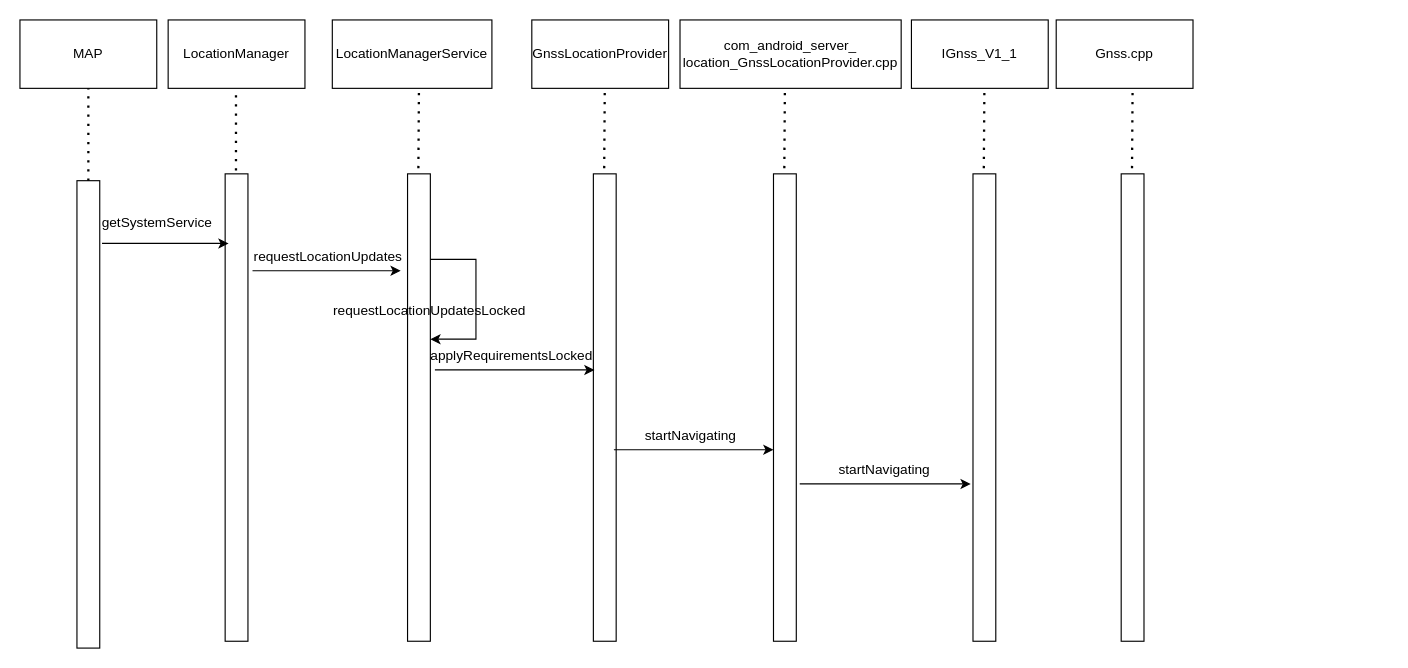
Before: gps启动流程.drawio in helenzhang2010/doc, a draw.io diagram. Source tidied: cells renumbered, new cells numbered last; positions are measured from the earlier drawing's top-left corner, leaving out a move shared by most shapes. Both pictures are drawn from the tidied source at 114%, with x=0, y=0 at pixel (19, 19).
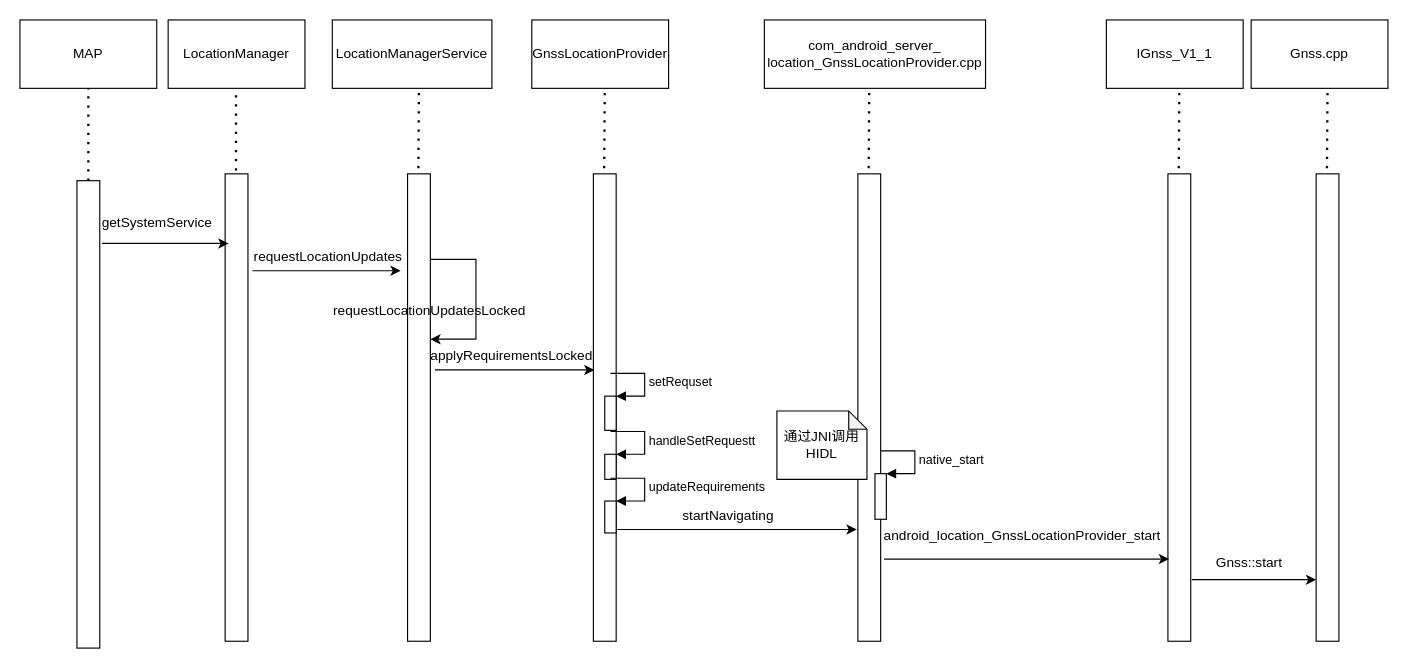
After the change.

Commit message (it also covers changes not shown here):
更新gps启动流程.drawio

Diff of the diagram source:
```diff
@@
     <mxCell id="6" value="&lt;span style=&quot;&quot;&gt;com_android_server_&lt;br&gt;location_GnssLocationProvider.cpp&lt;/span&gt;" style="rounded=0;whiteSpace=wrap;html=1;" parent="1" vertex="1">
-      <mxGeometry x="579" width="194" height="60" as="geometry" />
+      <mxGeometry x="653" width="194" height="60" as="geometry" />
     </mxCell>
     <mxCell id="7" value="IGnss_V1_1" style="rounded=0;whiteSpace=wrap;html=1;" parent="1" vertex="1">
-      <mxGeometry x="782" width="120" height="60" as="geometry" />
+      <mxGeometry x="953" width="120" height="60" as="geometry" />
     </mxCell>
     <mxCell id="8" value="Gnss.cpp" style="rounded=0;whiteSpace=wrap;html=1;" parent="1" vertex="1">
-      <mxGeometry x="909" width="120" height="60" as="geometry" />
+      <mxGeometry x="1080" width="120" height="60" as="geometry" />
     </mxCell>
@@
     <mxCell id="17" style="rounded=0;whiteSpace=wrap;html=1;horizontal=0;" parent="1" vertex="1">
-      <mxGeometry x="661" y="135" width="20" height="410" as="geometry" />
+      <mxGeometry x="735" y="135" width="20" height="410" as="geometry" />
     </mxCell>
     <mxCell id="18" style="rounded=0;whiteSpace=wrap;html=1;horizontal=0;" parent="1" vertex="1">
-      <mxGeometry x="836" y="135" width="20" height="410" as="geometry" />
+      <mxGeometry x="1007" y="135" width="20" height="410" as="geometry" />
     </mxCell>
     <mxCell id="19" style="rounded=0;whiteSpace=wrap;html=1;horizontal=0;" parent="1" vertex="1">
-      <mxGeometry x="966" y="135" width="20" height="410" as="geometry" />
+      <mxGeometry x="1137" y="135" width="20" height="410" as="geometry" />
     </mxCell>
@@
     <mxCell id="26" value="startNavigating" style="text;html=1;align=center;verticalAlign=middle;fillColor=none;strokeColor=none;rounded=0;" parent="1" vertex="1">
-      <mxGeometry x="538" y="350" width="100" height="30" as="geometry" />
+      <mxGeometry x="571" y="420" width="100" height="30" as="geometry" />
     </mxCell>
     <mxCell id="27" style="endArrow=classic;html=1;rounded=0;" parent="1" edge="1">
       <mxGeometry relative="1" as="geometry">
-        <mxPoint x="521" y="377" as="sourcePoint" />
-        <mxPoint x="661" y="377" as="targetPoint" />
+        <mxPoint x="524" y="447" as="sourcePoint" />
+        <mxPoint x="734" y="447" as="targetPoint" />
       </mxGeometry>
     </mxCell>
-    <mxCell id="28" value="startNavigating" style="text;html=1;align=center;verticalAlign=middle;fillColor=none;strokeColor=none;rounded=0;" parent="1" vertex="1">
-      <mxGeometry x="708" y="380" width="100" height="30" as="geometry" />
+    <mxCell id="28" value="android_location_GnssLocationProvider_start" style="text;html=1;align=center;verticalAlign=middle;fillColor=none;strokeColor=none;rounded=0;" parent="1" vertex="1">
+      <mxGeometry x="744" y="438" width="270" height="30" as="geometry" />
     </mxCell>
-    <mxCell id="29" style="endArrow=classic;html=1;rounded=0;" parent="1" edge="1">
+    <mxCell id="29" style="endArrow=classic;html=1;rounded=0;entryX=0.05;entryY=0.707;entryDx=0;entryDy=0;entryPerimeter=0;" parent="1" edge="1">
       <mxGeometry relative="1" as="geometry">
-        <mxPoint x="684" y="407" as="sourcePoint" />
-        <mxPoint x="834" y="407" as="targetPoint" />
+        <mxPoint x="758" y="473" as="sourcePoint" />
+        <mxPoint x="1008" y="472.9" as="targetPoint" />
       </mxGeometry>
     </mxCell>
@@
     <mxCell id="32" style="endArrow=none;dashed=1;html=1;dashPattern=1 3;strokeWidth=2;rounded=0;exitX=0.5;exitY=0;exitDx=0;exitDy=0;exitPerimeter=0;" parent="1" edge="1">
       <mxGeometry relative="1" as="geometry">
-        <mxPoint x="670.5" y="130" as="sourcePoint" />
-        <mxPoint x="671" y="60" as="targetPoint" />
+        <mxPoint x="744.5" y="130" as="sourcePoint" />
+        <mxPoint x="745" y="60" as="targetPoint" />
       </mxGeometry>
     </mxCell>
     <mxCell id="33" style="endArrow=none;dashed=1;html=1;dashPattern=1 3;strokeWidth=2;rounded=0;exitX=0.5;exitY=0;exitDx=0;exitDy=0;exitPerimeter=0;" parent="1" edge="1">
       <mxGeometry relative="1" as="geometry">
-        <mxPoint x="845.5" y="130" as="sourcePoint" />
-        <mxPoint x="846" y="60" as="targetPoint" />
+        <mxPoint x="1016.5" y="130" as="sourcePoint" />
+        <mxPoint x="1017" y="60" as="targetPoint" />
       </mxGeometry>
     </mxCell>
     <mxCell id="34" style="endArrow=none;dashed=1;html=1;dashPattern=1 3;strokeWidth=2;rounded=0;exitX=0.5;exitY=0;exitDx=0;exitDy=0;exitPerimeter=0;" parent="1" edge="1">
       <mxGeometry relative="1" as="geometry">
-        <mxPoint x="975.5" y="130" as="sourcePoint" />
-        <mxPoint x="976" y="60" as="targetPoint" />
+        <mxPoint x="1146.5" y="130" as="sourcePoint" />
+        <mxPoint x="1147" y="60" as="targetPoint" />
       </mxGeometry>
     </mxCell>
+    <mxCell id="35" value="&lt;span style=&quot;&quot;&gt;Gnss::start&lt;/span&gt;" style="text;html=1;align=center;verticalAlign=middle;fillColor=none;strokeColor=none;rounded=0;" parent="1" vertex="1">
+      <mxGeometry x="1038" y="461" width="80" height="30" as="geometry" />
+    </mxCell>
+    <mxCell id="36" style="endArrow=classic;html=1;rounded=0;" parent="1" edge="1">
+      <mxGeometry relative="1" as="geometry">
+        <mxPoint x="1028" y="491" as="sourcePoint" />
+        <mxPoint x="1137" y="491" as="targetPoint" />
+      </mxGeometry>
+    </mxCell>
+    <mxCell id="37" value="通过JNI调用&lt;br&gt;HIDL" style="shape=note;whiteSpace=wrap;html=1;backgroundOutline=1;darkOpacity=0.05;size=16;" parent="1" vertex="1">
+      <mxGeometry x="664" y="343" width="79" height="60" as="geometry" />
+    </mxCell>
+    <mxCell id="38" style="html=1;points=[];perimeter=orthogonalPerimeter;" parent="1" vertex="1">
+      <mxGeometry x="750" y="398" width="10" height="40" as="geometry" />
+    </mxCell>
+    <mxCell id="39" value="native_start" style="edgeStyle=orthogonalEdgeStyle;html=1;align=left;spacingLeft=2;endArrow=block;rounded=0;entryX=1;entryY=0;" parent="1" edge="1" target="38">
+      <mxGeometry relative="1" as="geometry">
+        <mxPoint x="755" y="378" as="sourcePoint" />
+        <Array as="points">
+          <mxPoint x="785" y="378" />
+        </Array>
+      </mxGeometry>
+    </mxCell>
+    <mxCell id="40" style="html=1;points=[];perimeter=orthogonalPerimeter;" parent="1" vertex="1">
+      <mxGeometry x="513" y="330" width="10" height="30" as="geometry" />
+    </mxCell>
+    <mxCell id="41" value="setRequset" style="edgeStyle=orthogonalEdgeStyle;html=1;align=left;spacingLeft=2;endArrow=block;rounded=0;entryX=1;entryY=0;" parent="1" edge="1" target="40">
+      <mxGeometry relative="1" as="geometry">
+        <mxPoint x="518" y="310" as="sourcePoint" />
+        <Array as="points">
+          <mxPoint x="548" y="310" />
+        </Array>
+      </mxGeometry>
+    </mxCell>
+    <mxCell id="42" style="html=1;points=[];perimeter=orthogonalPerimeter;" parent="1" vertex="1">
+      <mxGeometry x="513" y="381" width="10" height="22" as="geometry" />
+    </mxCell>
+    <mxCell id="43" value="handleSetRequestt" style="edgeStyle=orthogonalEdgeStyle;html=1;align=left;spacingLeft=2;endArrow=block;rounded=0;entryX=1;entryY=0;" parent="1" edge="1" target="42">
+      <mxGeometry relative="1" as="geometry">
+        <mxPoint x="518" y="361" as="sourcePoint" />
+        <Array as="points">
+          <mxPoint x="548" y="361" />
+        </Array>
+      </mxGeometry>
+    </mxCell>
+    <mxCell id="44" style="html=1;points=[];perimeter=orthogonalPerimeter;" parent="1" vertex="1">
+      <mxGeometry x="513" y="422" width="10" height="28" as="geometry" />
+    </mxCell>
+    <mxCell id="45" value="updateRequirements" style="edgeStyle=orthogonalEdgeStyle;html=1;align=left;spacingLeft=2;endArrow=block;rounded=0;entryX=1;entryY=0;" parent="1" edge="1" target="44">
+      <mxGeometry relative="1" as="geometry">
+        <mxPoint x="518" y="402" as="sourcePoint" />
+        <Array as="points">
+          <mxPoint x="548" y="402" />
+        </Array>
+      </mxGeometry>
+    </mxCell>
```
